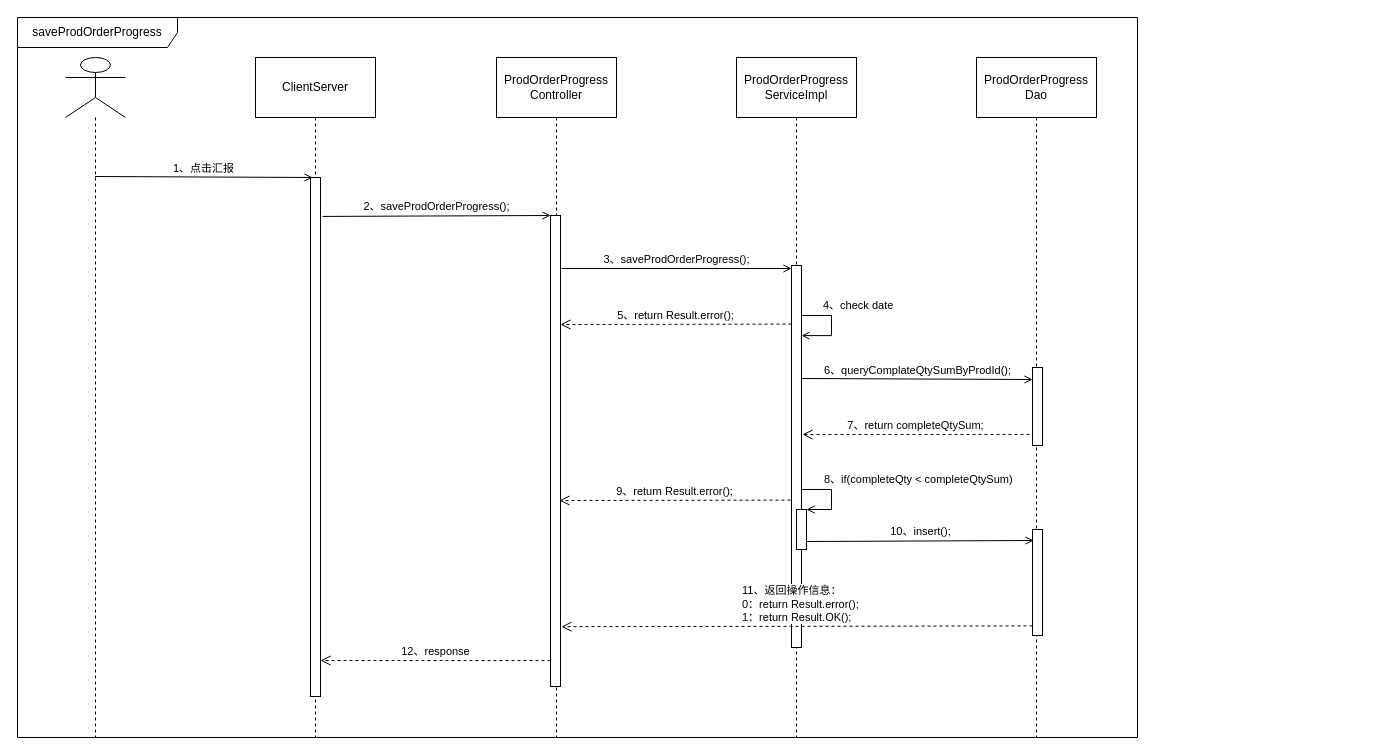
This is page "第 3 页" (3 of 3) of 时序图.drawio from KNAI-I/test, a draw.io file, before an edit. Source tidied: cells renumbered, new cells numbered last; positions are measured from the earlier drawing's top-left corner, leaving out a move shared by most shapes. Both pictures are drawn from the tidied source at 100%, with x=0, y=0 at pixel (17, 17).
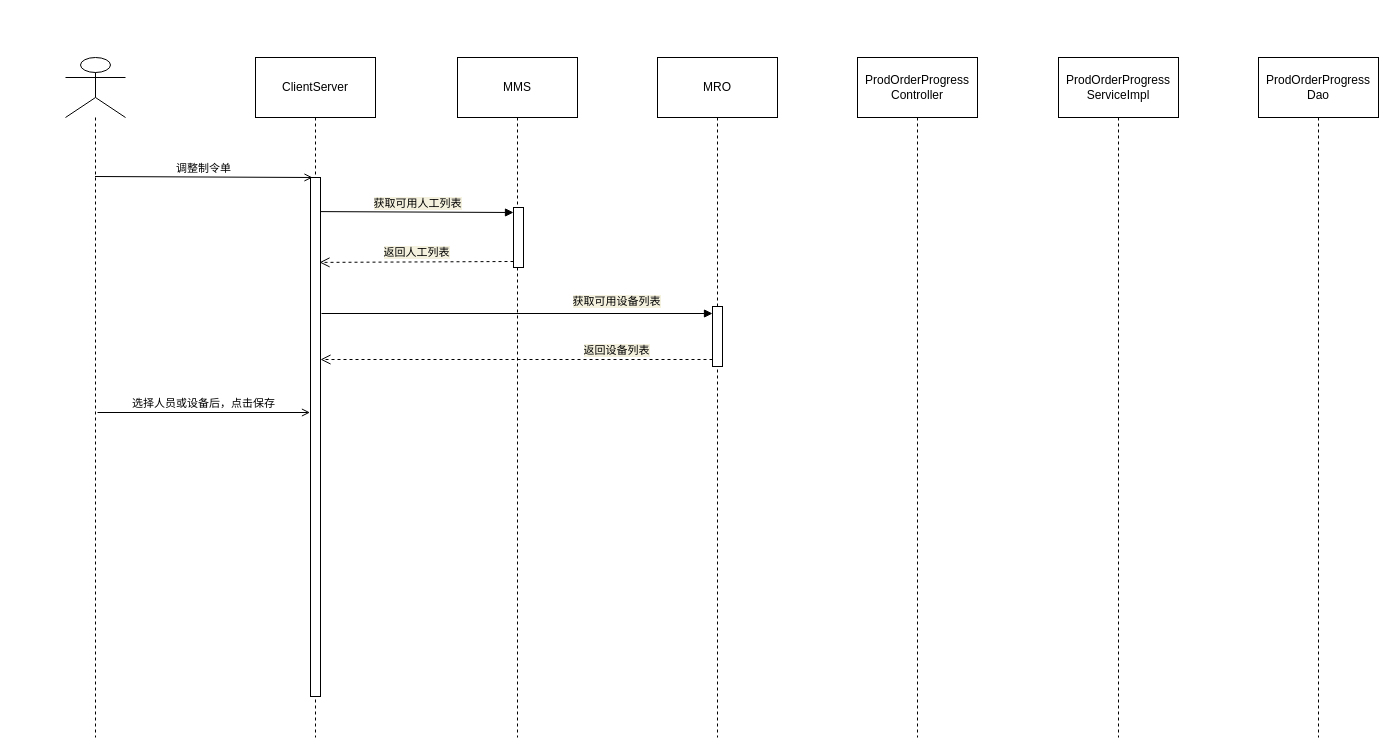
Above is the later version.

Unchanged cells that the change refers to:
```xml
<mxCell id="5" style="html=1;points=[];perimeter=orthogonalPerimeter;" parent="4" vertex="1">
  <mxGeometry x="55" y="120" width="10" height="519" as="geometry" />
</mxCell>
```

Change to the diagram source:
```diff
@@
-    <mxCell id="2" value="saveProdOrderProgress" style="shape=umlFrame;whiteSpace=wrap;html=1;width=160;height=30;" parent="1" vertex="1">
-      <mxGeometry width="1120" height="720" as="geometry" />
-    </mxCell>
@@
     <mxCell id="6" value="ProdOrderProgress&lt;br&gt;ServiceImpl" style="shape=umlLifeline;perimeter=lifelinePerimeter;whiteSpace=wrap;html=1;size=60;" parent="1" vertex="1">
-      <mxGeometry x="719" y="40" width="120" height="680" as="geometry" />
+      <mxGeometry x="1041" y="40" width="120" height="680" as="geometry" />
     </mxCell>
-    <mxCell id="7" style="html=1;perimeter=orthogonalPerimeter;" parent="6" vertex="1">
-      <mxGeometry x="55" y="208" width="10" height="382" as="geometry" />
-    </mxCell>
-    <mxCell id="8" value="4、check date" style="edgeStyle=orthogonalEdgeStyle;html=1;align=left;spacingLeft=2;endArrow=open;rounded=0;entryX=1;entryY=0.129;entryDx=0;entryDy=0;entryPerimeter=0;endFill=0;" parent="6" edge="1">
-      <mxGeometry x="-0.55" y="10" relative="1" as="geometry">
-        <mxPoint x="65" y="258" as="sourcePoint" />
-        <mxPoint x="65" y="278.1" as="targetPoint" />
-        <Array as="points">
-          <mxPoint x="95" y="258" />
-          <mxPoint x="95" y="278" />
-        </Array>
-      </mxGeometry>
-    </mxCell>
-    <mxCell id="9" style="html=1;points=[];perimeter=orthogonalPerimeter;" parent="6" vertex="1">
-      <mxGeometry x="60" y="452" width="10" height="40" as="geometry" />
-    </mxCell>
-    <mxCell id="10" value="8、if(completeQty &amp;lt; completeQtySum)" style="edgeStyle=orthogonalEdgeStyle;html=1;align=left;spacingLeft=2;endArrow=open;rounded=0;entryX=1;entryY=0;endFill=0;" parent="6" edge="1" target="9">
-      <mxGeometry x="-0.49" y="10" relative="1" as="geometry">
-        <mxPoint x="65" y="432" as="sourcePoint" />
-        <Array as="points">
-          <mxPoint x="95" y="432" />
-        </Array>
-      </mxGeometry>
-    </mxCell>
     <mxCell id="11" value="ProdOrderProgress&lt;br&gt;Controller" style="shape=umlLifeline;perimeter=lifelinePerimeter;whiteSpace=wrap;html=1;size=60;" parent="1" vertex="1">
-      <mxGeometry x="479" y="40" width="120" height="680" as="geometry" />
+      <mxGeometry x="840" y="40" width="120" height="680" as="geometry" />
     </mxCell>
-    <mxCell id="12" style="html=1;points=[];perimeter=orthogonalPerimeter;" parent="11" vertex="1">
-      <mxGeometry x="54" y="158" width="10" height="471" as="geometry" />
-    </mxCell>
-    <mxCell id="13" value="1、点击汇报" style="html=1;verticalAlign=bottom;endArrow=open;rounded=0;entryX=0.2;entryY=0.002;entryDx=0;entryDy=0;entryPerimeter=0;endFill=0;" parent="1" edge="1">
+    <mxCell id="13" value="调整制令单" style="html=1;verticalAlign=bottom;endArrow=open;rounded=0;entryX=0.2;entryY=0.002;entryDx=0;entryDy=0;entryPerimeter=0;endFill=0;" parent="1" edge="1">
       <mxGeometry relative="1" as="geometry">
         <mxPoint x="77.5" y="159" as="sourcePoint" />
         <mxPoint x="295" y="160" as="targetPoint" />
       </mxGeometry>
     </mxCell>
     <mxCell id="14" value="ProdOrderProgress&lt;br&gt;Dao" style="shape=umlLifeline;perimeter=lifelinePerimeter;whiteSpace=wrap;html=1;size=60;" parent="1" vertex="1">
-      <mxGeometry x="959" y="40" width="120" height="680" as="geometry" />
+      <mxGeometry x="1241" y="40" width="120" height="680" as="geometry" />
     </mxCell>
-    <mxCell id="15" style="html=1;perimeter=orthogonalPerimeter;" parent="14" vertex="1">
-      <mxGeometry x="56" y="310" width="10" height="78" as="geometry" />
-    </mxCell>
-    <mxCell id="16" style="html=1;perimeter=orthogonalPerimeter;" parent="14" vertex="1">
-      <mxGeometry x="56" y="472" width="10" height="106" as="geometry" />
-    </mxCell>
-    <mxCell id="17" value="11、返回操作信息：&lt;br&gt;0：return Result.error();&lt;br&gt;1：return Result.OK();" style="html=1;verticalAlign=bottom;endArrow=open;dashed=1;endSize=8;exitX=0;exitY=0.95;rounded=0;entryX=1.1;entryY=0.822;entryDx=0;entryDy=0;entryPerimeter=0;align=left;" parent="14" edge="1">
-      <mxGeometry x="0.24" relative="1" as="geometry">
-        <mxPoint x="56" y="568.4" as="sourcePoint" />
-        <mxPoint x="-415" y="569.2" as="targetPoint" />
-      </mxGeometry>
-    </mxCell>
-    <mxCell id="18" value="12、response" style="html=1;verticalAlign=bottom;endArrow=open;dashed=1;endSize=8;rounded=0;exitX=0;exitY=0.945;exitDx=0;exitDy=0;exitPerimeter=0;" parent="1" edge="1" source="12">
-      <mxGeometry relative="1" as="geometry">
-        <mxPoint x="303" y="643" as="targetPoint" />
-      </mxGeometry>
-    </mxCell>
-    <mxCell id="19" value="&lt;span style=&quot;text-align: left;&quot;&gt;2、saveProdOrderProgress();&lt;/span&gt;" style="html=1;verticalAlign=bottom;endArrow=open;entryX=0;entryY=0;rounded=0;exitX=1.2;exitY=0.075;exitDx=0;exitDy=0;exitPerimeter=0;endFill=0;" parent="1" edge="1" source="5" target="12">
-      <mxGeometry relative="1" as="geometry" />
-    </mxCell>
-    <mxCell id="20" value="5、return Result.error();" style="html=1;verticalAlign=bottom;endArrow=open;dashed=1;endSize=8;rounded=0;exitX=0;exitY=0.596;exitDx=0;exitDy=0;exitPerimeter=0;" parent="1" edge="1">
-      <mxGeometry relative="1" as="geometry">
-        <mxPoint x="774" y="306.6" as="sourcePoint" />
-        <mxPoint x="543" y="307" as="targetPoint" />
-      </mxGeometry>
-    </mxCell>
-    <mxCell id="21" value="&lt;span style=&quot;text-align: left;&quot;&gt;3、saveProdOrderProgress();&lt;/span&gt;" style="html=1;verticalAlign=bottom;endArrow=open;entryX=0;entryY=0;rounded=0;endFill=0;" parent="1" edge="1">
-      <mxGeometry relative="1" as="geometry">
-        <mxPoint x="544" y="251" as="sourcePoint" />
-        <mxPoint x="774" y="251" as="targetPoint" />
-      </mxGeometry>
-    </mxCell>
-    <mxCell id="22" value="6、queryComplateQtySumByProdId();" style="html=1;verticalAlign=bottom;endArrow=open;entryX=0;entryY=0;rounded=0;exitX=1;exitY=0.961;exitDx=0;exitDy=0;exitPerimeter=0;endFill=0;" parent="1" edge="1">
-      <mxGeometry relative="1" as="geometry">
-        <mxPoint x="784" y="361" as="sourcePoint" />
-        <mxPoint x="1015" y="362" as="targetPoint" />
-      </mxGeometry>
-    </mxCell>
-    <mxCell id="23" value="7、return completeQtySum;" style="html=1;verticalAlign=bottom;endArrow=open;dashed=1;endSize=8;exitX=-0.1;exitY=0.95;rounded=0;exitDx=0;exitDy=0;exitPerimeter=0;" parent="1" edge="1">
-      <mxGeometry relative="1" as="geometry">
-        <mxPoint x="1012" y="416.9" as="sourcePoint" />
-        <mxPoint x="785" y="417" as="targetPoint" />
-      </mxGeometry>
-    </mxCell>
-    <mxCell id="24" value="9、return Result.error();" style="html=1;verticalAlign=bottom;endArrow=open;dashed=1;endSize=8;rounded=0;exitX=0;exitY=0.596;exitDx=0;exitDy=0;exitPerimeter=0;" parent="1" edge="1">
-      <mxGeometry relative="1" as="geometry">
-        <mxPoint x="773" y="482.6" as="sourcePoint" />
-        <mxPoint x="542" y="483" as="targetPoint" />
-      </mxGeometry>
-    </mxCell>
-    <mxCell id="25" value="10、insert();" style="html=1;verticalAlign=bottom;endArrow=open;entryX=0;entryY=0;rounded=0;exitX=0.9;exitY=0.8;exitDx=0;exitDy=0;exitPerimeter=0;endFill=0;" parent="1" edge="1">
-      <mxGeometry relative="1" as="geometry">
-        <mxPoint x="789" y="524" as="sourcePoint" />
-        <mxPoint x="1016" y="523" as="targetPoint" />
-      </mxGeometry>
-    </mxCell>
+    <mxCell id="26" value="MMS" style="shape=umlLifeline;perimeter=lifelinePerimeter;whiteSpace=wrap;html=1;size=60;" parent="1" vertex="1">
+      <mxGeometry x="440" y="40" width="120" height="680" as="geometry" />
+    </mxCell>
+    <mxCell id="27" style="html=1;perimeter=orthogonalPerimeter;" parent="26" vertex="1">
+      <mxGeometry x="56" y="150" width="10" height="60" as="geometry" />
+    </mxCell>
+    <mxCell id="28" value="MRO" style="shape=umlLifeline;perimeter=lifelinePerimeter;whiteSpace=wrap;html=1;size=60;" parent="1" vertex="1">
+      <mxGeometry x="640" y="40" width="120" height="680" as="geometry" />
+    </mxCell>
+    <mxCell id="29" style="html=1;perimeter=orthogonalPerimeter;" parent="28" vertex="1">
+      <mxGeometry x="55" y="249" width="10" height="60" as="geometry" />
+    </mxCell>
+    <mxCell id="30" value="获取可用人工列表" style="html=1;verticalAlign=bottom;endArrow=block;entryX=0;entryY=0;rounded=0;labelBackgroundColor=#F4F1DE;exitX=1;exitY=0.056;exitDx=0;exitDy=0;exitPerimeter=0;" parent="1" edge="1">
+      <mxGeometry relative="1" as="geometry">
+        <mxPoint x="303" y="194.1" as="sourcePoint" />
+        <mxPoint x="496" y="195" as="targetPoint" />
+      </mxGeometry>
+    </mxCell>
+    <mxCell id="31" value="返回人工列表" style="html=1;verticalAlign=bottom;endArrow=open;dashed=1;endSize=8;exitX=0;exitY=0.95;rounded=0;labelBackgroundColor=#F4F1DE;entryX=0.9;entryY=0.206;entryDx=0;entryDy=0;entryPerimeter=0;" parent="1" edge="1">
+      <mxGeometry relative="1" as="geometry">
+        <mxPoint x="496" y="244" as="sourcePoint" />
+        <mxPoint x="302" y="244.9" as="targetPoint" />
+      </mxGeometry>
+    </mxCell>
+    <mxCell id="32" value="获取可用设备列表" style="html=1;verticalAlign=bottom;endArrow=block;entryX=0;entryY=0;rounded=0;labelBackgroundColor=#F4F1DE;" parent="1" edge="1">
+      <mxGeometry x="0.51" y="3" relative="1" as="geometry">
+        <mxPoint x="304" y="296" as="sourcePoint" />
+        <mxPoint x="695" y="296" as="targetPoint" />
+      </mxGeometry>
+    </mxCell>
+    <mxCell id="33" value="返回设备列表" style="html=1;verticalAlign=bottom;endArrow=open;dashed=1;endSize=8;exitX=0;exitY=0.95;rounded=0;labelBackgroundColor=#F4F1DE;entryX=1;entryY=0.395;entryDx=0;entryDy=0;entryPerimeter=0;" parent="1" edge="1">
+      <mxGeometry x="-0.51" relative="1" as="geometry">
+        <mxPoint x="695" y="342" as="sourcePoint" />
+        <mxPoint x="303" y="342" as="targetPoint" />
+      </mxGeometry>
+    </mxCell>
+    <mxCell id="34" value="选择人员或设备后，点击保存" style="html=1;verticalAlign=bottom;endArrow=open;rounded=0;entryX=0.2;entryY=0.002;entryDx=0;entryDy=0;entryPerimeter=0;endFill=0;" parent="1" edge="1">
+      <mxGeometry relative="1" as="geometry">
+        <mxPoint x="80" y="395" as="sourcePoint" />
+        <mxPoint x="292.5" y="395" as="targetPoint" />
+      </mxGeometry>
+    </mxCell>
```
